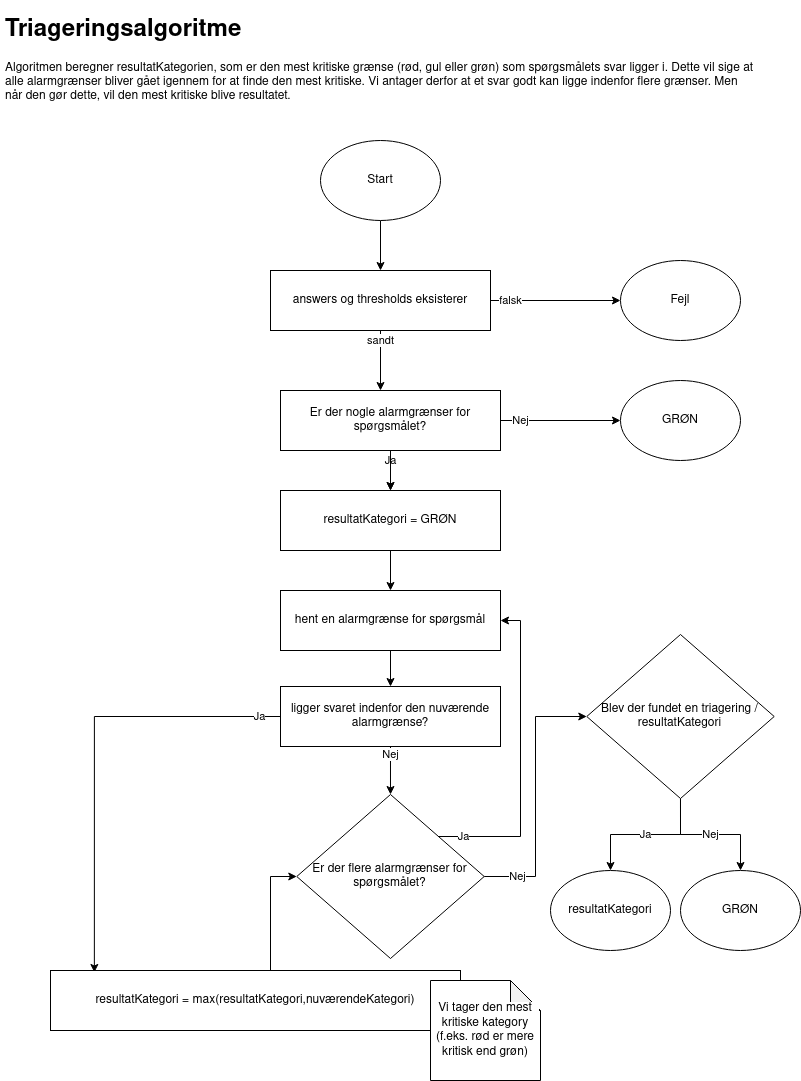
Earlier version of the draw.io export images/triageringsalgorithm/triageringsalgorithm.png (KvalitetsIT/komo-documentation). Source tidied: cells renumbered, new cells last; positions are measured from the earlier drawing's top-left corner, leaving out a move shared by most shapes.
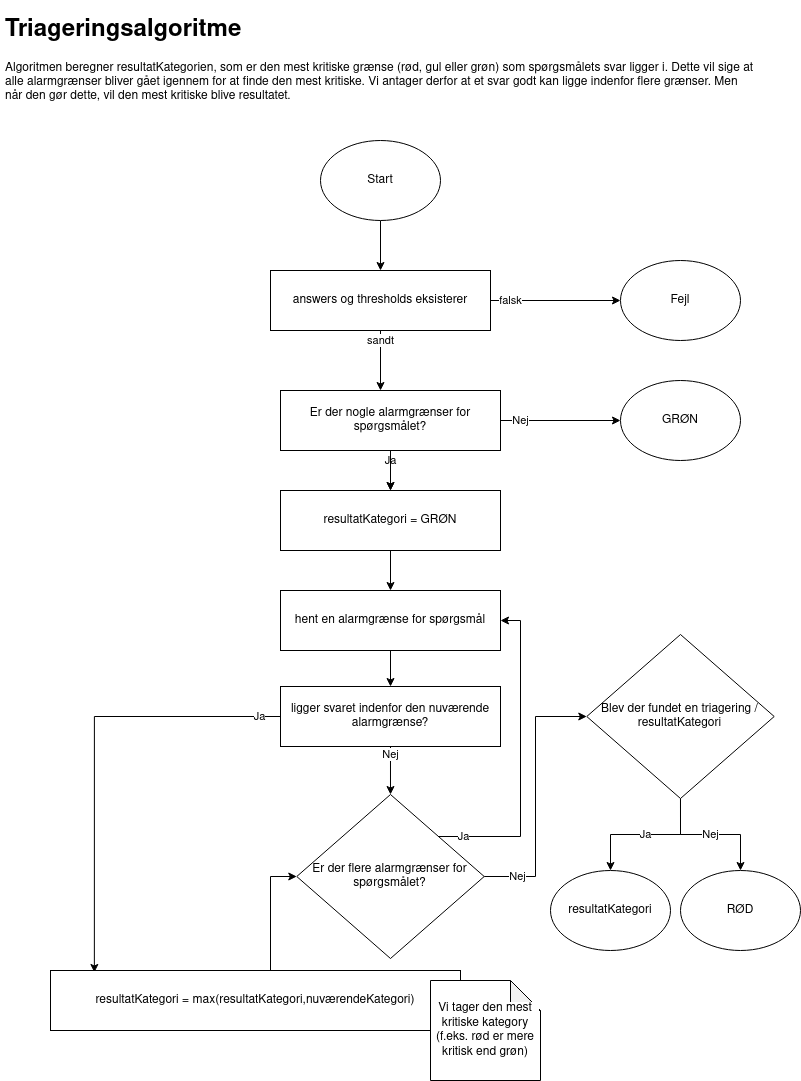
Above is the later version.

Commit message:
Triage alg updated

Change to the diagram source:
```diff
@@ -104,7 +104,7 @@
     <mxCell id="30" value="Blev der fundet en triagering / resultatKategori" style="rhombus;whiteSpace=wrap;html=1;fontColor=default;strokeColor=default;fillColor=default;labelBackgroundColor=none;" parent="1" vertex="1">
       <mxGeometry x="586.3" y="624" width="187.4" height="164" as="geometry" />
     </mxCell>
-    <mxCell id="31" value="GRØN" style="ellipse;whiteSpace=wrap;html=1;fontColor=default;strokeColor=default;fillColor=default;labelBackgroundColor=default;" parent="1" vertex="1">
+    <mxCell id="31" value="RØD" style="ellipse;whiteSpace=wrap;html=1;fontColor=default;strokeColor=default;fillColor=default;labelBackgroundColor=default;" parent="1" vertex="1">
       <mxGeometry x="680" y="860" width="120" height="80" as="geometry" />
     </mxCell>
   </root>
```
